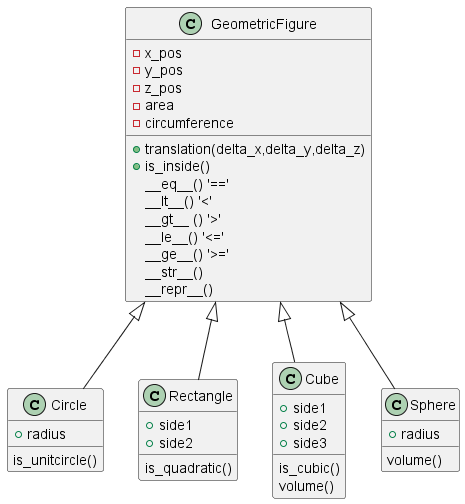
Before: Lab3/Lab3_UML.png, a diagram exported from PlantUML (dancla240/Python_Daniel_Claesson).
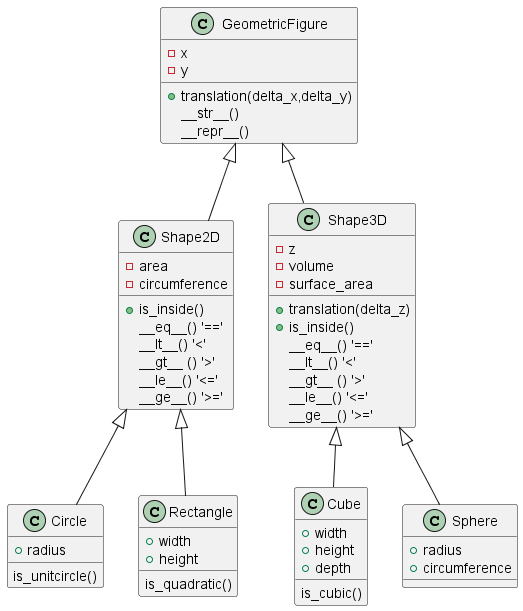
Later version of the same file.

Commit message:
Updated UML with new class structure.

The edit, as a diff of the source:
```diff
@@ -1,19 +1,34 @@
 @startuml
 class GeometricFigure {
--x_pos
--y_pos
--z_pos
+- x
+- y
++translation(delta_x,delta_y)
+__str__()
+__repr__()
+}
+
+class Shape2D {
 -area
 -circumference
-+translation(delta_x,delta_y,delta_z)
 +is_inside()
 __eq__() '=='
 __lt__() '<'
 __gt__ () '>'
 __le__() '<='
 __ge__() '>='
-__str__()
-__repr__()
+}
+
+class Shape3D {
+- z
+-volume
+-surface_area
++translation(delta_z)
++is_inside()
+__eq__() '=='
+__lt__() '<'
+__gt__ () '>'
+__le__() '<='
+__ge__() '>='
 }
 
 class Circle {
@@ -22,28 +37,29 @@
 }
 
 class Rectangle {
-+side1
-+side2
++width
++height
 is_quadratic()
 }
 
 class Cube {
-+side1
-+side2
-+side3
++width
++height
++depth
 is_cubic()
-volume()
+
 }
 
 class Sphere {
 +radius
-volume()
++circumference
 }
 
 
-GeometricFigure <|-- Circle
-GeometricFigure <|-- Rectangle
-GeometricFigure <|-- Cube
-GeometricFigure <|-- Sphere
-
+GeometricFigure <|-- Shape2D
+GeometricFigure <|-- Shape3D
+Shape2D <|-- Circle
+Shape2D <|-- Rectangle
+Shape3D <|-- Cube
+Shape3D <|-- Sphere
 @enduml
```
